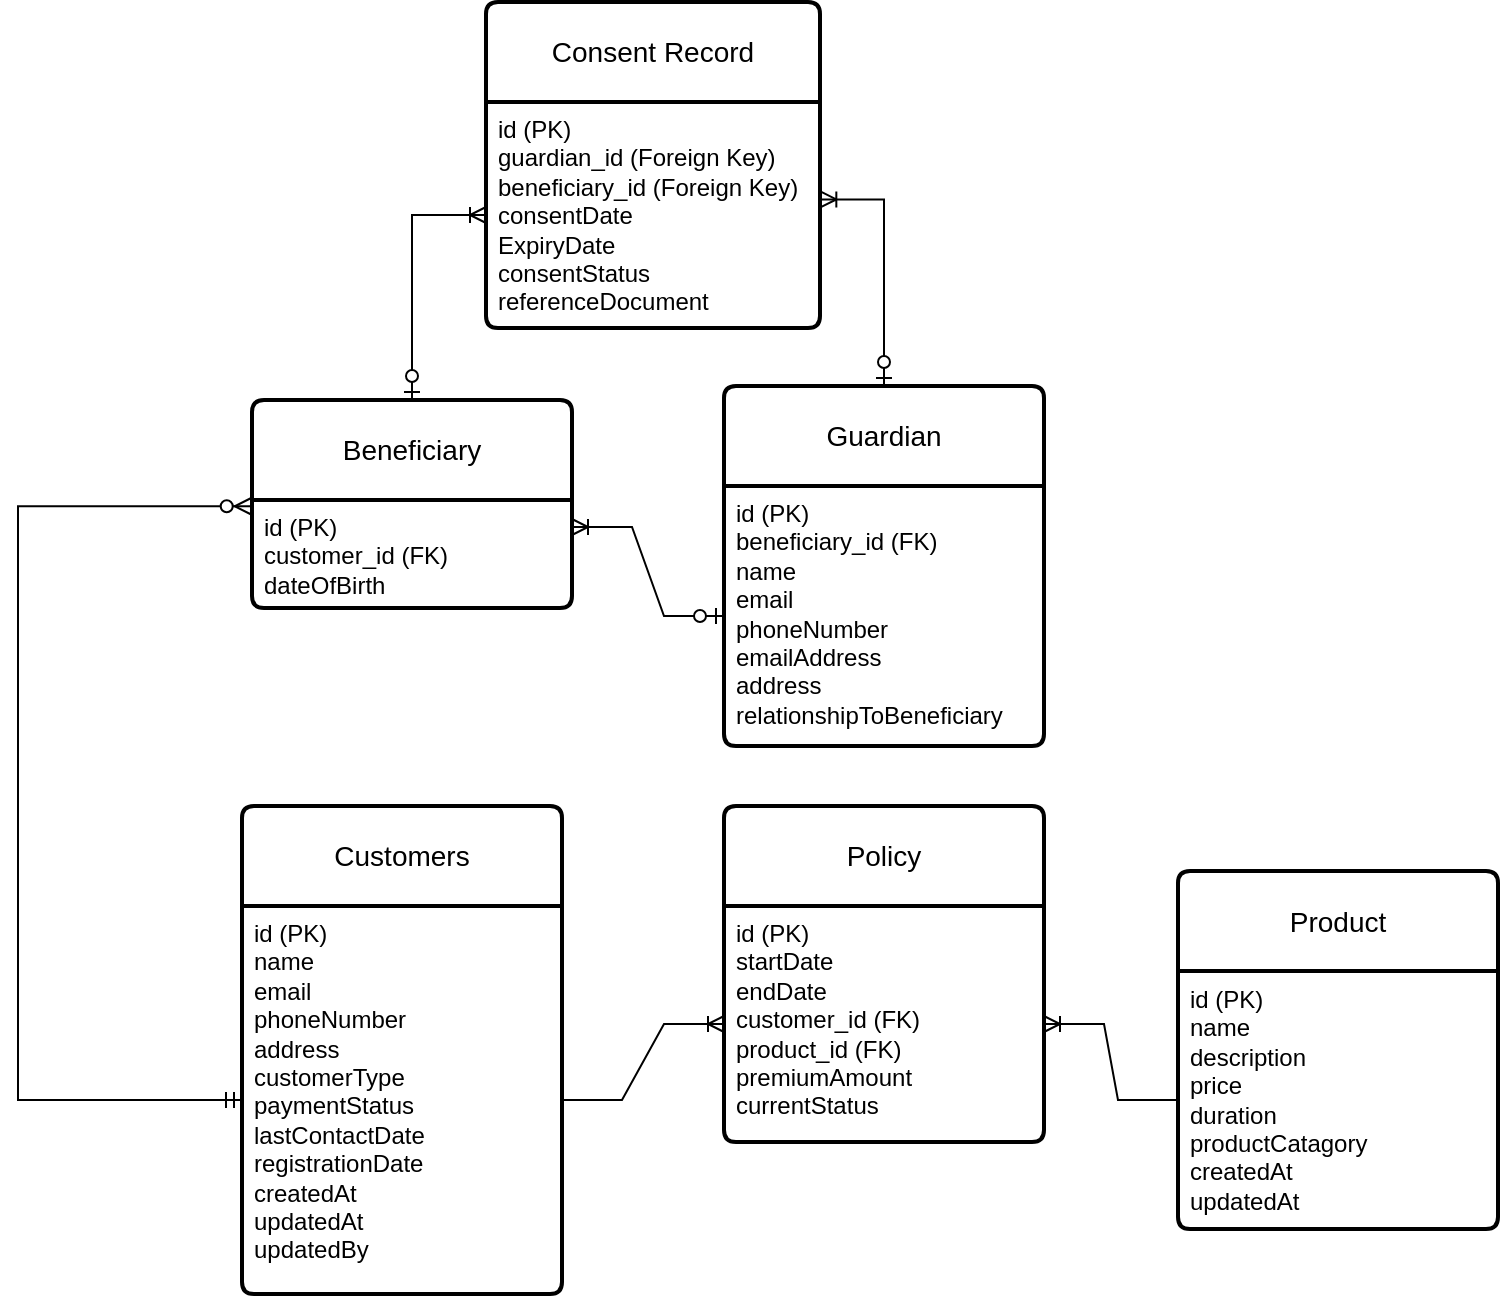
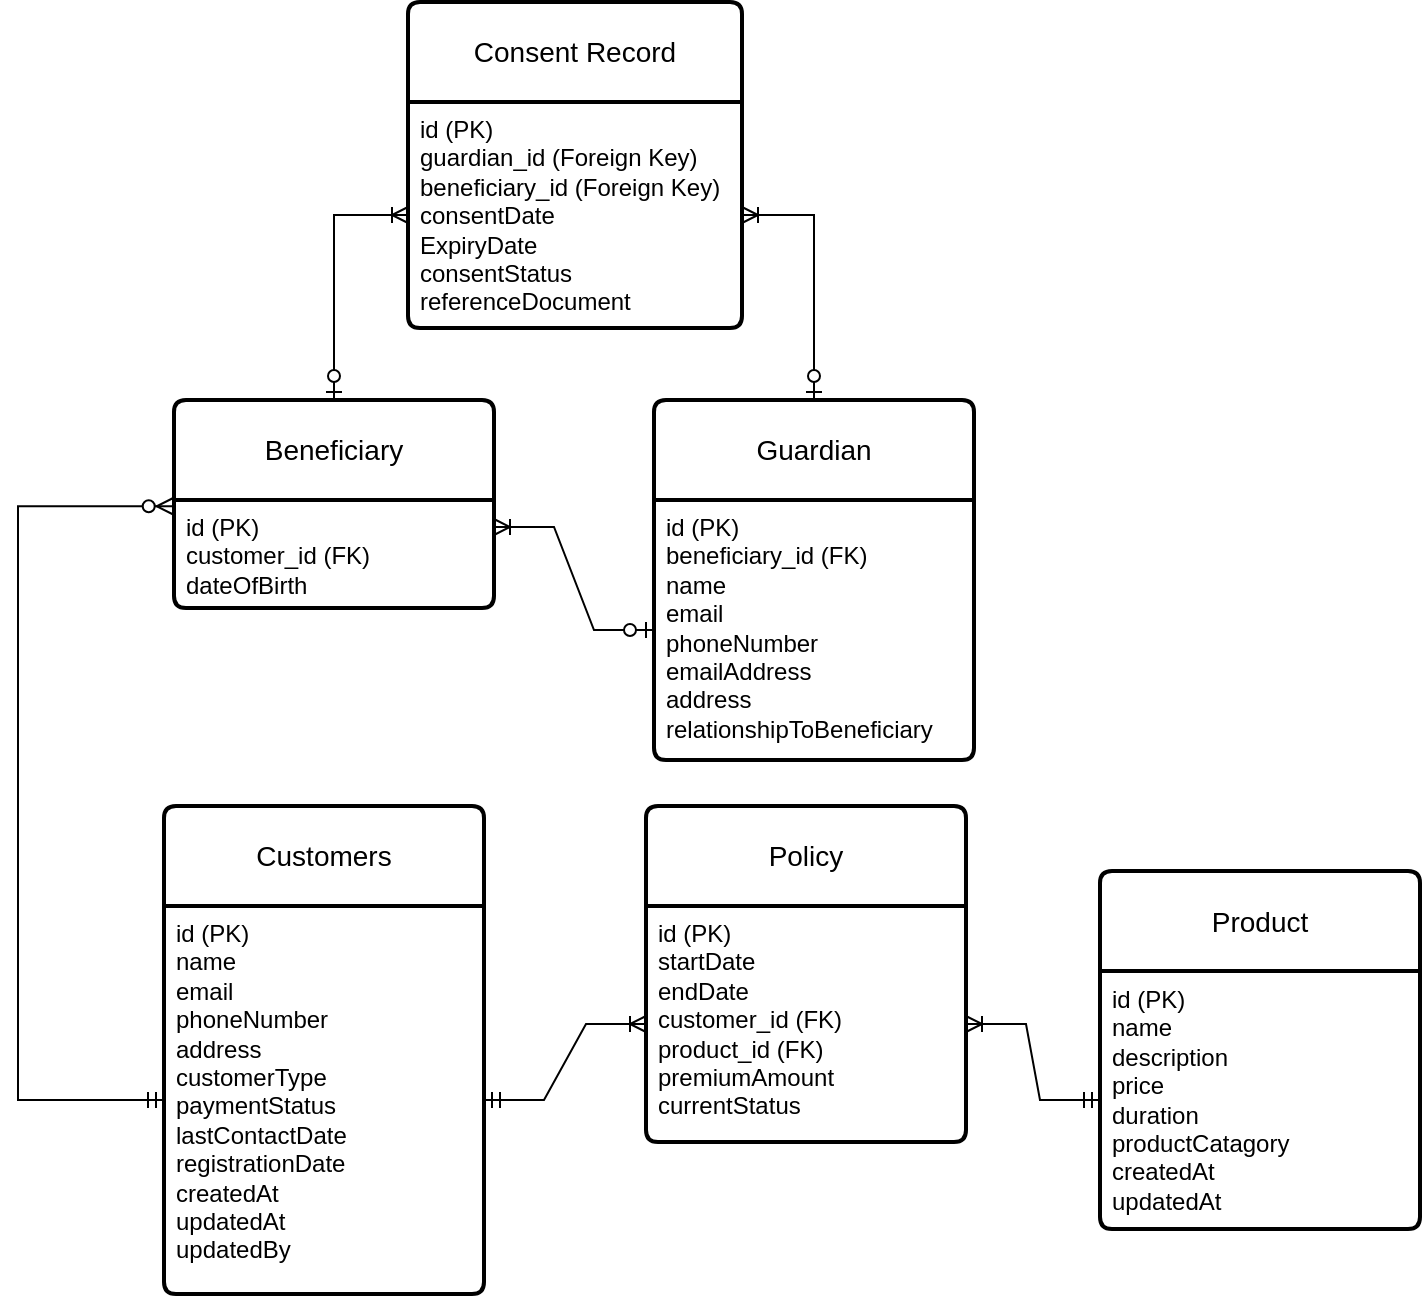
<mxfile host="app.diagrams.net" agent="5.0 (Macintosh; Intel Mac OS X 10_14_6) AppleWebKit/537.36 (KHTML, like Gecko) Chrome/83.0.4103.116 Safari/537.36">
  <diagram id="R2lEEEUBdFMjLlhIrx00" name="Page-1">
-     <mxGraphModel dx="849" dy="1032" grid="0" gridSize="10" guides="1" tooltips="1" connect="1" arrows="1" fold="1" page="0" pageScale="1" pageWidth="850" pageHeight="1100" math="0" shadow="0" extFonts="Permanent Marker^https://fonts.googleapis.com/css?family=Permanent+Marker">
+     <mxGraphModel dx="792" dy="990" grid="0" gridSize="10" guides="1" tooltips="1" connect="1" arrows="1" fold="1" page="0" pageScale="1" pageWidth="850" pageHeight="1100" math="0" shadow="0" extFonts="Permanent Marker^https://fonts.googleapis.com/css?family=Permanent+Marker">
      <root>
        <mxCell id="0" />
        <mxCell id="1" parent="0" />
        <mxCell id="dAdBnxP72XUMtryMGmO9-1" parent="1" style="swimlane;childLayout=stackLayout;horizontal=1;startSize=50;horizontalStack=0;rounded=1;fontSize=14;fontStyle=0;strokeWidth=2;resizeParent=0;resizeLast=1;shadow=0;dashed=0;align=center;arcSize=4;whiteSpace=wrap;html=1;" value="Customers" vertex="1">
          <mxGeometry height="244" width="160" x="150" y="118" as="geometry" />
        </mxCell>
        <mxCell id="dAdBnxP72XUMtryMGmO9-2" parent="dAdBnxP72XUMtryMGmO9-1" style="align=left;strokeColor=none;fillColor=none;spacingLeft=4;spacingRight=4;fontSize=12;verticalAlign=top;resizable=0;rotatable=0;part=1;html=1;whiteSpace=wrap;" value="id (PK)&lt;div&gt;name&lt;/div&gt;&lt;div&gt;email&lt;/div&gt;&lt;div&gt;phoneNumber&lt;/div&gt;&lt;div&gt;address&lt;/div&gt;&lt;div&gt;customerType&lt;/div&gt;&lt;div&gt;paymentStatus&lt;/div&gt;&lt;div&gt;lastContactDate&lt;/div&gt;&lt;div&gt;registrationDate&lt;/div&gt;&lt;div&gt;createdAt&lt;/div&gt;&lt;div&gt;updatedAt&lt;/div&gt;&lt;div&gt;updatedBy&lt;/div&gt;" vertex="1">
          <mxGeometry height="194" width="160" y="50" as="geometry" />
        </mxCell>
        <mxCell id="dAdBnxP72XUMtryMGmO9-4" parent="1" style="swimlane;childLayout=stackLayout;horizontal=1;startSize=50;horizontalStack=0;rounded=1;fontSize=14;fontStyle=0;strokeWidth=2;resizeParent=0;resizeLast=1;shadow=0;dashed=0;align=center;arcSize=4;whiteSpace=wrap;html=1;" value="Product" vertex="1">
          <mxGeometry height="179" width="160" x="618" y="150.5" as="geometry" />
        </mxCell>
        <mxCell id="dAdBnxP72XUMtryMGmO9-5" parent="dAdBnxP72XUMtryMGmO9-4" style="align=left;strokeColor=none;fillColor=none;spacingLeft=4;spacingRight=4;fontSize=12;verticalAlign=top;resizable=0;rotatable=0;part=1;html=1;whiteSpace=wrap;" value="id (PK)&lt;div&gt;name&lt;/div&gt;&lt;div&gt;description&lt;br&gt;&lt;div&gt;price&lt;/div&gt;&lt;div&gt;duration&lt;/div&gt;&lt;div&gt;productCatagory&lt;/div&gt;&lt;div&gt;createdAt&lt;/div&gt;&lt;/div&gt;&lt;div&gt;updatedAt&lt;/div&gt;" vertex="1">
          <mxGeometry height="129" width="160" y="50" as="geometry" />
        </mxCell>
        <mxCell id="dAdBnxP72XUMtryMGmO9-12" parent="1" style="swimlane;childLayout=stackLayout;horizontal=1;startSize=50;horizontalStack=0;rounded=1;fontSize=14;fontStyle=0;strokeWidth=2;resizeParent=0;resizeLast=1;shadow=0;dashed=0;align=center;arcSize=4;whiteSpace=wrap;html=1;" value="Policy" vertex="1">
          <mxGeometry height="168" width="160" x="391" y="118" as="geometry" />
        </mxCell>
        <mxCell id="dAdBnxP72XUMtryMGmO9-13" parent="dAdBnxP72XUMtryMGmO9-12" style="align=left;strokeColor=none;fillColor=none;spacingLeft=4;spacingRight=4;fontSize=12;verticalAlign=top;resizable=0;rotatable=0;part=1;html=1;whiteSpace=wrap;" value="id (PK)&lt;div&gt;startDate&lt;/div&gt;&lt;div&gt;endDate&lt;/div&gt;&lt;div&gt;customer_id (FK)&lt;/div&gt;&lt;div&gt;product_id (FK)&lt;/div&gt;&lt;div&gt;premiumAmount&lt;/div&gt;&lt;div&gt;currentStatus&lt;/div&gt;" vertex="1">
          <mxGeometry height="118" width="160" y="50" as="geometry" />
        </mxCell>
-         <mxCell id="dAdBnxP72XUMtryMGmO9-14" edge="1" parent="1" source="dAdBnxP72XUMtryMGmO9-2" style="edgeStyle=entityRelationEdgeStyle;fontSize=12;html=1;endArrow=ERoneToMany;rounded=0;exitX=1;exitY=0.5;exitDx=0;exitDy=0;entryX=0;entryY=0.5;entryDx=0;entryDy=0;" target="dAdBnxP72XUMtryMGmO9-13" value="">
-           <mxGeometry height="100" relative="1" width="100" as="geometry">
-             <mxPoint x="294" y="416" as="sourcePoint" />
-             <mxPoint x="394" y="316" as="targetPoint" />
-           </mxGeometry>
-         </mxCell>
-         <mxCell id="dAdBnxP72XUMtryMGmO9-15" edge="1" parent="1" source="dAdBnxP72XUMtryMGmO9-5" style="edgeStyle=entityRelationEdgeStyle;fontSize=12;html=1;endArrow=ERoneToMany;rounded=0;exitX=0;exitY=0.5;exitDx=0;exitDy=0;entryX=1;entryY=0.5;entryDx=0;entryDy=0;" target="dAdBnxP72XUMtryMGmO9-13" value="">
-           <mxGeometry height="100" relative="1" width="100" as="geometry">
-             <mxPoint x="473" y="465" as="sourcePoint" />
-             <mxPoint x="573" y="365" as="targetPoint" />
-           </mxGeometry>
-         </mxCell>
        <mxCell id="dAdBnxP72XUMtryMGmO9-16" parent="1" style="swimlane;childLayout=stackLayout;horizontal=1;startSize=50;horizontalStack=0;rounded=1;fontSize=14;fontStyle=0;strokeWidth=2;resizeParent=0;resizeLast=1;shadow=0;dashed=0;align=center;arcSize=4;whiteSpace=wrap;html=1;" value="Beneficiary" vertex="1">
          <mxGeometry height="104" width="160" x="155" y="-85" as="geometry" />
        </mxCell>
        <mxCell id="dAdBnxP72XUMtryMGmO9-17" parent="dAdBnxP72XUMtryMGmO9-16" style="align=left;strokeColor=none;fillColor=none;spacingLeft=4;spacingRight=4;fontSize=12;verticalAlign=top;resizable=0;rotatable=0;part=1;html=1;whiteSpace=wrap;" value="id (PK)&lt;div&gt;customer_id (FK)&lt;br&gt;&lt;div&gt;dateOfBirth&lt;/div&gt;&lt;/div&gt;" vertex="1">
          <mxGeometry height="54" width="160" y="50" as="geometry" />
        </mxCell>
        <mxCell id="dAdBnxP72XUMtryMGmO9-18" parent="1" style="swimlane;childLayout=stackLayout;horizontal=1;startSize=50;horizontalStack=0;rounded=1;fontSize=14;fontStyle=0;strokeWidth=2;resizeParent=0;resizeLast=1;shadow=0;dashed=0;align=center;arcSize=4;whiteSpace=wrap;html=1;" value="Guardian" vertex="1">
-           <mxGeometry height="180" width="160" x="391" y="-92" as="geometry" />
+           <mxGeometry height="180" width="160" x="395" y="-85" as="geometry" />
        </mxCell>
        <mxCell id="dAdBnxP72XUMtryMGmO9-19" parent="dAdBnxP72XUMtryMGmO9-18" style="align=left;strokeColor=none;fillColor=none;spacingLeft=4;spacingRight=4;fontSize=12;verticalAlign=top;resizable=0;rotatable=0;part=1;html=1;whiteSpace=wrap;" value="id (PK)&lt;div&gt;beneficiary_id (FK)&lt;br&gt;&lt;div&gt;name&lt;/div&gt;&lt;div&gt;email&lt;/div&gt;&lt;div&gt;phoneNumber&lt;/div&gt;&lt;div&gt;emailAddress&lt;/div&gt;&lt;div&gt;address&lt;/div&gt;&lt;div&gt;relationshipToBeneficiary&lt;/div&gt;&lt;/div&gt;" vertex="1">
          <mxGeometry height="130" width="160" y="50" as="geometry" />
        </mxCell>
        <mxCell id="dAdBnxP72XUMtryMGmO9-26" edge="1" parent="1" source="dAdBnxP72XUMtryMGmO9-19" style="edgeStyle=entityRelationEdgeStyle;fontSize=12;html=1;endArrow=ERoneToMany;startArrow=ERzeroToOne;rounded=0;exitX=0;exitY=0.5;exitDx=0;exitDy=0;entryX=1;entryY=0.25;entryDx=0;entryDy=0;" target="dAdBnxP72XUMtryMGmO9-17" value="">
          <mxGeometry height="100" relative="1" width="100" as="geometry">
            <mxPoint x="-52" y="324" as="sourcePoint" />
            <mxPoint x="48" y="224" as="targetPoint" />
          </mxGeometry>
        </mxCell>
        <mxCell id="dAdBnxP72XUMtryMGmO9-29" edge="1" parent="1" source="dAdBnxP72XUMtryMGmO9-2" style="edgeStyle=orthogonalEdgeStyle;fontSize=12;html=1;endArrow=ERzeroToMany;startArrow=ERmandOne;rounded=0;exitX=0;exitY=0.5;exitDx=0;exitDy=0;entryX=-0.004;entryY=0.058;entryDx=0;entryDy=0;entryPerimeter=0;" target="dAdBnxP72XUMtryMGmO9-17" value="">
          <mxGeometry height="100" relative="1" width="100" as="geometry">
            <Array as="points">
-               <mxPoint x="38" y="265" />
-               <mxPoint x="38" y="-32" />
+               <mxPoint x="77" y="265" />
+               <mxPoint x="77" y="-32" />
            </Array>
            <mxPoint x="15" y="305" as="sourcePoint" />
            <mxPoint x="101" y="-31" as="targetPoint" />
          </mxGeometry>
        </mxCell>
        <mxCell id="dAdBnxP72XUMtryMGmO9-30" parent="1" style="swimlane;childLayout=stackLayout;horizontal=1;startSize=50;horizontalStack=0;rounded=1;fontSize=14;fontStyle=0;strokeWidth=2;resizeParent=0;resizeLast=1;shadow=0;dashed=0;align=center;arcSize=4;whiteSpace=wrap;html=1;" value="Consent Record" vertex="1">
          <mxGeometry height="163" width="167" x="272" y="-284" as="geometry" />
        </mxCell>
        <mxCell id="dAdBnxP72XUMtryMGmO9-31" parent="dAdBnxP72XUMtryMGmO9-30" style="align=left;strokeColor=none;fillColor=none;spacingLeft=4;spacingRight=4;fontSize=12;verticalAlign=top;resizable=0;rotatable=0;part=1;html=1;whiteSpace=wrap;" value="&lt;div&gt;id (PK)&lt;/div&gt;&lt;div&gt;guardian_id (Foreign Key)&lt;/div&gt;&lt;div&gt;beneficiary_id (Foreign Key)&lt;/div&gt;&lt;div&gt;consentDate&lt;/div&gt;&lt;div&gt;ExpiryDate&lt;/div&gt;&lt;div&gt;consentStatus&lt;/div&gt;&lt;div&gt;referenceDocument&lt;/div&gt;" vertex="1">
          <mxGeometry height="113" width="167" y="50" as="geometry" />
        </mxCell>
-         <mxCell id="dAdBnxP72XUMtryMGmO9-35" edge="1" parent="1" source="dAdBnxP72XUMtryMGmO9-18" style="edgeStyle=orthogonalEdgeStyle;fontSize=12;html=1;endArrow=ERoneToMany;startArrow=ERzeroToOne;rounded=0;entryX=1.001;entryY=0.431;entryDx=0;entryDy=0;entryPerimeter=0;exitX=0.5;exitY=0;exitDx=0;exitDy=0;" target="dAdBnxP72XUMtryMGmO9-31" value="">
+         <mxCell id="dAdBnxP72XUMtryMGmO9-35" edge="1" parent="1" source="dAdBnxP72XUMtryMGmO9-18" style="fontSize=12;html=1;endArrow=ERoneToMany;startArrow=ERzeroToOne;rounded=0;exitX=0.5;exitY=0;exitDx=0;exitDy=0;edgeStyle=orthogonalEdgeStyle;entryX=1;entryY=0.5;entryDx=0;entryDy=0;" target="dAdBnxP72XUMtryMGmO9-31" value="">
          <mxGeometry height="100" relative="1" width="100" as="geometry">
-             <Array as="points">
-               <mxPoint x="471" y="-185" />
-             </Array>
-             <mxPoint x="502" y="-141" as="sourcePoint" />
-             <mxPoint x="602" y="-241" as="targetPoint" />
+             <mxPoint x="524.83" y="-167.7" as="sourcePoint" />
+             <mxPoint x="481" y="-207" as="targetPoint" />
          </mxGeometry>
        </mxCell>
-         <mxCell id="dAdBnxP72XUMtryMGmO9-37" edge="1" parent="1" source="dAdBnxP72XUMtryMGmO9-16" style="edgeStyle=orthogonalEdgeStyle;fontSize=12;html=1;endArrow=ERoneToMany;startArrow=ERzeroToOne;rounded=0;exitX=0.5;exitY=0;exitDx=0;exitDy=0;entryX=0;entryY=0.5;entryDx=0;entryDy=0;libavoidRouting=1;" target="dAdBnxP72XUMtryMGmO9-31" value="">
+         <mxCell id="dAdBnxP72XUMtryMGmO9-37" edge="1" parent="1" source="dAdBnxP72XUMtryMGmO9-16" style="edgeStyle=orthogonalEdgeStyle;fontSize=12;html=1;endArrow=ERoneToMany;startArrow=ERzeroToOne;rounded=0;exitX=0.5;exitY=0;exitDx=0;exitDy=0;entryX=0;entryY=0.5;entryDx=0;entryDy=0;" target="dAdBnxP72XUMtryMGmO9-31" value="">
          <mxGeometry height="100" relative="1" width="100" as="geometry">
-             <Array as="points">
-               <mxPoint x="235" y="-177" />
-             </Array>
            <mxPoint x="111" y="-128" as="sourcePoint" />
            <mxPoint x="211" y="-228" as="targetPoint" />
+           </mxGeometry>
+         </mxCell>
+         <mxCell id="dAdBnxP72XUMtryMGmO9-40" edge="1" parent="1" source="dAdBnxP72XUMtryMGmO9-2" style="edgeStyle=entityRelationEdgeStyle;fontSize=12;html=1;endArrow=ERoneToMany;startArrow=ERmandOne;rounded=0;entryX=0;entryY=0.5;entryDx=0;entryDy=0;exitX=1;exitY=0.5;exitDx=0;exitDy=0;" target="dAdBnxP72XUMtryMGmO9-13" value="">
+           <mxGeometry height="100" relative="1" width="100" as="geometry">
+             <mxPoint x="345" y="440" as="sourcePoint" />
+             <mxPoint x="445" y="340" as="targetPoint" />
+           </mxGeometry>
+         </mxCell>
+         <mxCell id="dAdBnxP72XUMtryMGmO9-41" edge="1" parent="1" source="dAdBnxP72XUMtryMGmO9-5" style="edgeStyle=entityRelationEdgeStyle;fontSize=12;html=1;endArrow=ERoneToMany;startArrow=ERmandOne;rounded=0;entryX=1;entryY=0.5;entryDx=0;entryDy=0;exitX=0;exitY=0.5;exitDx=0;exitDy=0;" target="dAdBnxP72XUMtryMGmO9-13" value="">
+           <mxGeometry height="100" relative="1" width="100" as="geometry">
+             <mxPoint x="501" y="362" as="sourcePoint" />
+             <mxPoint x="601" y="262" as="targetPoint" />
          </mxGeometry>
        </mxCell>
      </root>
    </mxGraphModel>
  </diagram>
</mxfile>
